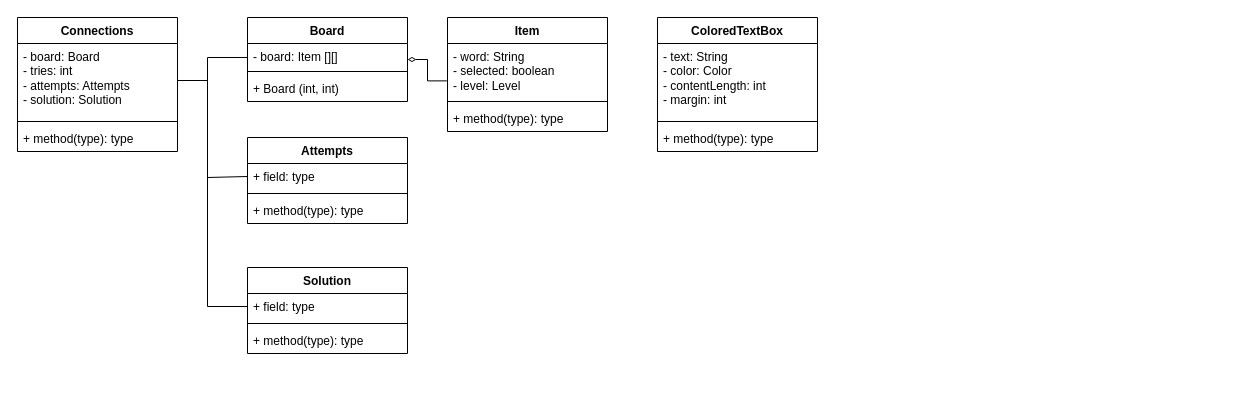
Earlier version of the draw.io diagram etc/connections.drawio (av4sin/provisional-connecctions). Source tidied: cells renumbered, new cells numbered last; positions are measured from the earlier drawing's top-left corner, leaving out a move shared by most shapes. Both pictures are drawn from the tidied source at 100%, with x=0, y=0 at pixel (17, 17).
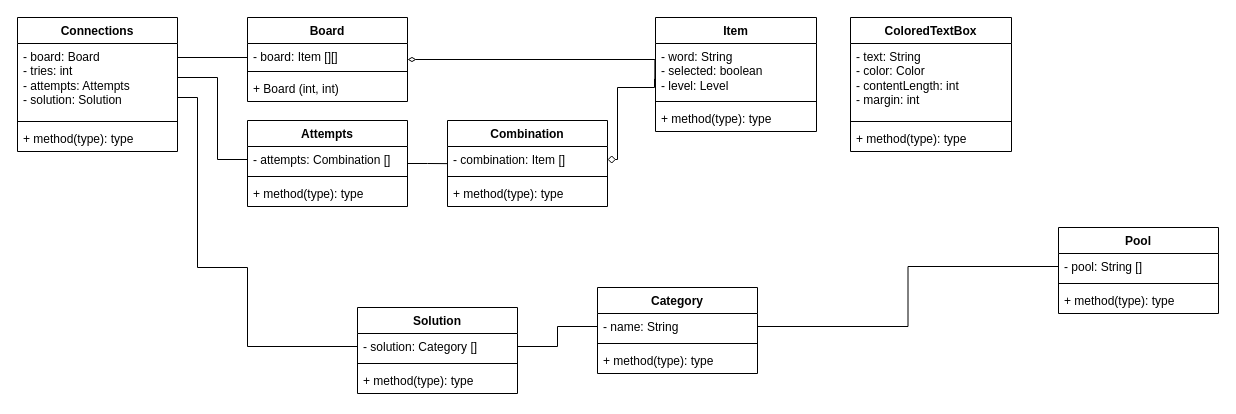
The same diagram, later.

The change refers to these unchanged cells:
```xml
<mxCell id="3" value="&lt;div&gt;- board: Board&lt;/div&gt;&lt;div&gt;- tries: int&lt;/div&gt;&lt;div&gt;- attempts: Attempts&lt;/div&gt;&lt;div&gt;- solution: Solution&lt;br&gt;&lt;/div&gt;" style="text;strokeColor=none;fillColor=none;align=left;verticalAlign=top;spacingLeft=4;spacingRight=4;overflow=hidden;points=[[0,0.5],[1,0.5]];portConstraint=eastwest;whiteSpace=wrap;html=1;" parent="2" vertex="1">
  <mxGeometry y="26" width="160" height="74" as="geometry" />
</mxCell>
<mxCell id="6" value="Board" style="swimlane;fontStyle=1;align=center;verticalAlign=top;horizontal=1;startSize=26;whiteSpace=wrap;html=1;" parent="1" vertex="1">
  <mxGeometry x="230" width="160" height="84" as="geometry" />
</mxCell>
<mxCell id="7" value="&lt;div&gt;- board: Item [][]&lt;/div&gt;" style="text;strokeColor=none;fillColor=none;align=left;verticalAlign=top;spacingLeft=4;spacingRight=4;overflow=hidden;points=[[0,0.5],[1,0.5]];portConstraint=eastwest;whiteSpace=wrap;html=1;" parent="6" vertex="1">
  <mxGeometry y="26" width="160" height="24" as="geometry" />
</mxCell>
```

The edit, as a diff of the source:
```diff
@@
     <mxCell id="10" style="edgeStyle=orthogonalEdgeStyle;rounded=0;jettySize=auto;html=1;endArrow=none;endFill=0;exitX=1;exitY=0.5;exitDx=0;exitDy=0;entryX=0;entryY=0.706;entryDx=0;entryDy=0;entryPerimeter=0;" parent="1" edge="1" source="3" target="7">
       <mxGeometry relative="1" as="geometry">
         <Array as="points">
-          <mxPoint x="190" y="63" />
-          <mxPoint x="190" y="40" />
+          <mxPoint x="160" y="40" />
           <mxPoint x="230" y="40" />
         </Array>
       </mxGeometry>
     </mxCell>
+    <mxCell id="30" style="edgeStyle=orthogonalEdgeStyle;rounded=0;jettySize=auto;html=1;exitX=1;exitY=0.5;exitDx=0;exitDy=0;entryX=0.001;entryY=0.659;entryDx=0;entryDy=0;endArrow=none;endFill=0;entryPerimeter=0;" parent="1" edge="1" source="11" target="32">
+      <mxGeometry relative="1" as="geometry" />
+    </mxCell>
     <mxCell id="11" value="Attempts" style="swimlane;fontStyle=1;align=center;verticalAlign=top;horizontal=1;startSize=26;whiteSpace=wrap;html=1;" parent="1" vertex="1">
-      <mxGeometry x="230" y="120" width="160" height="86" as="geometry" />
+      <mxGeometry x="230" y="103" width="160" height="86" as="geometry" />
     </mxCell>
-    <mxCell id="12" value="+ field: type" style="text;strokeColor=none;fillColor=none;align=left;verticalAlign=top;spacingLeft=4;spacingRight=4;overflow=hidden;points=[[0,0.5],[1,0.5]];portConstraint=eastwest;whiteSpace=wrap;html=1;" parent="11" vertex="1">
+    <mxCell id="12" value="- attempts: Combination []" style="text;strokeColor=none;fillColor=none;align=left;verticalAlign=top;spacingLeft=4;spacingRight=4;overflow=hidden;points=[[0,0.5],[1,0.5]];portConstraint=eastwest;whiteSpace=wrap;html=1;" parent="11" vertex="1">
       <mxGeometry y="26" width="160" height="26" as="geometry" />
     </mxCell>
@@
     <mxCell id="15" value="Solution" style="swimlane;fontStyle=1;align=center;verticalAlign=top;horizontal=1;startSize=26;whiteSpace=wrap;html=1;" parent="1" vertex="1">
-      <mxGeometry x="230" y="250" width="160" height="86" as="geometry" />
+      <mxGeometry x="340" y="290" width="160" height="86" as="geometry" />
     </mxCell>
-    <mxCell id="16" value="+ field: type" style="text;strokeColor=none;fillColor=none;align=left;verticalAlign=top;spacingLeft=4;spacingRight=4;overflow=hidden;points=[[0,0.5],[1,0.5]];portConstraint=eastwest;whiteSpace=wrap;html=1;" parent="15" vertex="1">
+    <mxCell id="16" value="&lt;div&gt;- solution: Category []&lt;/div&gt;" style="text;strokeColor=none;fillColor=none;align=left;verticalAlign=top;spacingLeft=4;spacingRight=4;overflow=hidden;points=[[0,0.5],[1,0.5]];portConstraint=eastwest;whiteSpace=wrap;html=1;" parent="15" vertex="1">
       <mxGeometry y="26" width="160" height="26" as="geometry" />
     </mxCell>
@@
     <mxCell id="19" value="Item" style="swimlane;fontStyle=1;align=center;verticalAlign=top;horizontal=1;startSize=26;whiteSpace=wrap;html=1;" parent="1" vertex="1">
-      <mxGeometry x="430" width="160" height="114" as="geometry" />
+      <mxGeometry x="638" width="161" height="114" as="geometry" />
     </mxCell>
     <mxCell id="20" value="&lt;div&gt;- word: String&lt;/div&gt;&lt;div&gt;- selected: boolean&lt;br&gt;&lt;/div&gt;&lt;div&gt;- level: Level&lt;br&gt;&lt;/div&gt;" style="text;strokeColor=none;fillColor=none;align=left;verticalAlign=top;spacingLeft=4;spacingRight=4;overflow=hidden;points=[[0,0.5],[1,0.5]];portConstraint=eastwest;whiteSpace=wrap;html=1;" parent="19" vertex="1">
-      <mxGeometry y="26" width="160" height="54" as="geometry" />
+      <mxGeometry y="26" width="161" height="54" as="geometry" />
     </mxCell>
     <mxCell id="21" style="line;strokeWidth=1;fillColor=none;align=left;verticalAlign=middle;spacingTop=-1;spacingLeft=3;spacingRight=3;labelPosition=right;strokeColor=inherit;" parent="19" vertex="1">
-      <mxGeometry y="80" width="160" height="8" as="geometry" />
+      <mxGeometry y="80" width="161" height="8" as="geometry" />
     </mxCell>
     <mxCell id="22" value="+ method(type): type" style="text;strokeColor=none;fillColor=none;align=left;verticalAlign=top;spacingLeft=4;spacingRight=4;overflow=hidden;whiteSpace=wrap;html=1;" parent="19" vertex="1">
-      <mxGeometry y="88" width="160" height="26" as="geometry" />
+      <mxGeometry y="88" width="161" height="26" as="geometry" />
     </mxCell>
     <mxCell id="23" style="edgeStyle=orthogonalEdgeStyle;rounded=0;jettySize=auto;html=1;exitX=1;exitY=0.5;exitDx=0;exitDy=0;entryX=-0.004;entryY=0.692;entryDx=0;entryDy=0;entryPerimeter=0;endArrow=none;endFill=0;startArrow=diamondThin;startFill=0;" parent="1" edge="1" source="6" target="20">
-      <mxGeometry relative="1" as="geometry" />
+      <mxGeometry relative="1" as="geometry">
+        <Array as="points">
+          <mxPoint x="637" y="42" />
+        </Array>
+      </mxGeometry>
     </mxCell>
     <mxCell id="24" style="edgeStyle=orthogonalEdgeStyle;rounded=0;jettySize=auto;html=1;exitX=1;exitY=0.5;exitDx=0;exitDy=0;entryX=0;entryY=0.5;entryDx=0;entryDy=0;endArrow=none;endFill=0;" parent="1" edge="1" source="3" target="16">
       <mxGeometry relative="1" as="geometry">
         <Array as="points">
-          <mxPoint x="190" y="63" />
-          <mxPoint x="190" y="289" />
+          <mxPoint x="160" y="80" />
+          <mxPoint x="180" y="80" />
+          <mxPoint x="180" y="250" />
+          <mxPoint x="230" y="250" />
         </Array>
       </mxGeometry>
     </mxCell>
     <mxCell id="25" style="edgeStyle=orthogonalEdgeStyle;rounded=0;jettySize=auto;html=1;exitX=1;exitY=0.5;exitDx=0;exitDy=0;entryX=0;entryY=0.5;entryDx=0;entryDy=0;endArrow=none;endFill=0;" parent="1" edge="1" source="3" target="12">
       <mxGeometry relative="1" as="geometry">
         <Array as="points">
-          <mxPoint x="190" y="63" />
-          <mxPoint x="190" y="160" />
-          <mxPoint x="230" y="160" />
+          <mxPoint x="160" y="60" />
+          <mxPoint x="200" y="60" />
+          <mxPoint x="200" y="142" />
         </Array>
       </mxGeometry>
     </mxCell>
     <mxCell id="26" value="ColoredTextBox" style="swimlane;fontStyle=1;align=center;verticalAlign=top;horizontal=1;startSize=26;whiteSpace=wrap;html=1;" parent="1" vertex="1">
-      <mxGeometry x="640" width="160" height="134" as="geometry" />
+      <mxGeometry x="833" width="161" height="134" as="geometry" />
     </mxCell>
     <mxCell id="27" value="&lt;div&gt;- text: String&lt;/div&gt;&lt;div&gt;- color: Color&lt;/div&gt;&lt;div&gt;- contentLength: int&lt;/div&gt;&lt;div&gt;- margin: int&lt;br&gt;&lt;/div&gt;" style="text;strokeColor=none;fillColor=none;align=left;verticalAlign=top;spacingLeft=4;spacingRight=4;overflow=hidden;whiteSpace=wrap;html=1;" parent="26" vertex="1">
-      <mxGeometry y="26" width="160" height="74" as="geometry" />
+      <mxGeometry y="26" width="161" height="74" as="geometry" />
     </mxCell>
     <mxCell id="28" style="line;strokeWidth=1;fillColor=none;align=left;verticalAlign=middle;spacingTop=-1;spacingLeft=3;spacingRight=3;labelPosition=right;strokeColor=inherit;" parent="26" vertex="1">
-      <mxGeometry y="100" width="160" height="8" as="geometry" />
+      <mxGeometry y="100" width="161" height="8" as="geometry" />
     </mxCell>
     <mxCell id="29" value="+ method(type): type" style="text;strokeColor=none;fillColor=none;align=left;verticalAlign=top;spacingLeft=4;spacingRight=4;overflow=hidden;whiteSpace=wrap;html=1;" parent="26" vertex="1">
-      <mxGeometry y="108" width="160" height="26" as="geometry" />
+      <mxGeometry y="108" width="161" height="26" as="geometry" />
     </mxCell>
+    <mxCell id="31" value="Combination" style="swimlane;fontStyle=1;align=center;verticalAlign=top;horizontal=1;startSize=26;whiteSpace=wrap;html=1;" parent="1" vertex="1">
+      <mxGeometry x="430" y="103" width="160" height="86" as="geometry" />
+    </mxCell>
+    <mxCell id="32" value="- combination: Item []" style="text;strokeColor=none;fillColor=none;align=left;verticalAlign=top;spacingLeft=4;spacingRight=4;overflow=hidden;points=[[0,0.5],[1,0.5]];portConstraint=eastwest;whiteSpace=wrap;html=1;" parent="31" vertex="1">
+      <mxGeometry y="26" width="160" height="26" as="geometry" />
+    </mxCell>
+    <mxCell id="33" style="line;strokeWidth=1;fillColor=none;align=left;verticalAlign=middle;spacingTop=-1;spacingLeft=3;spacingRight=3;labelPosition=right;strokeColor=inherit;" parent="31" vertex="1">
+      <mxGeometry y="52" width="160" height="8" as="geometry" />
+    </mxCell>
+    <mxCell id="34" value="+ method(type): type" style="text;strokeColor=none;fillColor=none;align=left;verticalAlign=top;spacingLeft=4;spacingRight=4;overflow=hidden;whiteSpace=wrap;html=1;" parent="31" vertex="1">
+      <mxGeometry y="60" width="160" height="26" as="geometry" />
+    </mxCell>
+    <mxCell id="35" style="edgeStyle=orthogonalEdgeStyle;rounded=0;jettySize=auto;html=1;exitX=-0.006;exitY=0.656;exitDx=0;exitDy=0;entryX=1;entryY=0.5;entryDx=0;entryDy=0;endArrow=diamond;endFill=0;startArrow=none;startFill=0;exitPerimeter=0;" parent="1" edge="1" source="20" target="32">
+      <mxGeometry relative="1" as="geometry">
+        <Array as="points">
+          <mxPoint x="637" y="70" />
+          <mxPoint x="600" y="70" />
+          <mxPoint x="600" y="142" />
+        </Array>
+      </mxGeometry>
+    </mxCell>
+    <mxCell id="36" value="Category" style="swimlane;fontStyle=1;align=center;verticalAlign=top;horizontal=1;startSize=26;whiteSpace=wrap;html=1;" parent="1" vertex="1">
+      <mxGeometry x="580" y="270" width="160" height="86" as="geometry" />
+    </mxCell>
+    <mxCell id="37" value="- name: String" style="text;strokeColor=none;fillColor=none;align=left;verticalAlign=top;spacingLeft=4;spacingRight=4;overflow=hidden;points=[[0,0.5],[1,0.5]];portConstraint=eastwest;whiteSpace=wrap;html=1;" parent="36" vertex="1">
+      <mxGeometry y="26" width="160" height="26" as="geometry" />
+    </mxCell>
+    <mxCell id="38" style="line;strokeWidth=1;fillColor=none;align=left;verticalAlign=middle;spacingTop=-1;spacingLeft=3;spacingRight=3;labelPosition=right;strokeColor=inherit;" parent="36" vertex="1">
+      <mxGeometry y="52" width="160" height="8" as="geometry" />
+    </mxCell>
+    <mxCell id="39" value="+ method(type): type" style="text;strokeColor=none;fillColor=none;align=left;verticalAlign=top;spacingLeft=4;spacingRight=4;overflow=hidden;whiteSpace=wrap;html=1;" parent="36" vertex="1">
+      <mxGeometry y="60" width="160" height="26" as="geometry" />
+    </mxCell>
+    <mxCell id="40" value="Pool" style="swimlane;fontStyle=1;align=center;verticalAlign=top;horizontal=1;startSize=26;whiteSpace=wrap;html=1;" parent="1" vertex="1">
+      <mxGeometry x="1041" y="210" width="160" height="86" as="geometry" />
+    </mxCell>
+    <mxCell id="41" value="- pool: String []" style="text;strokeColor=none;fillColor=none;align=left;verticalAlign=top;spacingLeft=4;spacingRight=4;overflow=hidden;points=[[0,0.5],[1,0.5]];portConstraint=eastwest;whiteSpace=wrap;html=1;" parent="40" vertex="1">
+      <mxGeometry y="26" width="160" height="26" as="geometry" />
+    </mxCell>
+    <mxCell id="42" style="line;strokeWidth=1;fillColor=none;align=left;verticalAlign=middle;spacingTop=-1;spacingLeft=3;spacingRight=3;labelPosition=right;strokeColor=inherit;" parent="40" vertex="1">
+      <mxGeometry y="52" width="160" height="8" as="geometry" />
+    </mxCell>
+    <mxCell id="43" value="+ method(type): type" style="text;strokeColor=none;fillColor=none;align=left;verticalAlign=top;spacingLeft=4;spacingRight=4;overflow=hidden;whiteSpace=wrap;html=1;" parent="40" vertex="1">
+      <mxGeometry y="60" width="160" height="26" as="geometry" />
+    </mxCell>
+    <mxCell id="44" style="edgeStyle=orthogonalEdgeStyle;rounded=0;jettySize=auto;html=1;exitX=1;exitY=0.5;exitDx=0;exitDy=0;entryX=0;entryY=0.5;entryDx=0;entryDy=0;endArrow=none;endFill=0;" parent="1" edge="1" source="37" target="41">
+      <mxGeometry relative="1" as="geometry" />
+    </mxCell>
+    <mxCell id="45" style="edgeStyle=orthogonalEdgeStyle;rounded=0;jettySize=auto;html=1;exitX=1;exitY=0.5;exitDx=0;exitDy=0;entryX=0;entryY=0.5;entryDx=0;entryDy=0;endArrow=none;endFill=0;" parent="1" edge="1" source="16" target="37">
+      <mxGeometry relative="1" as="geometry" />
+    </mxCell>
```
